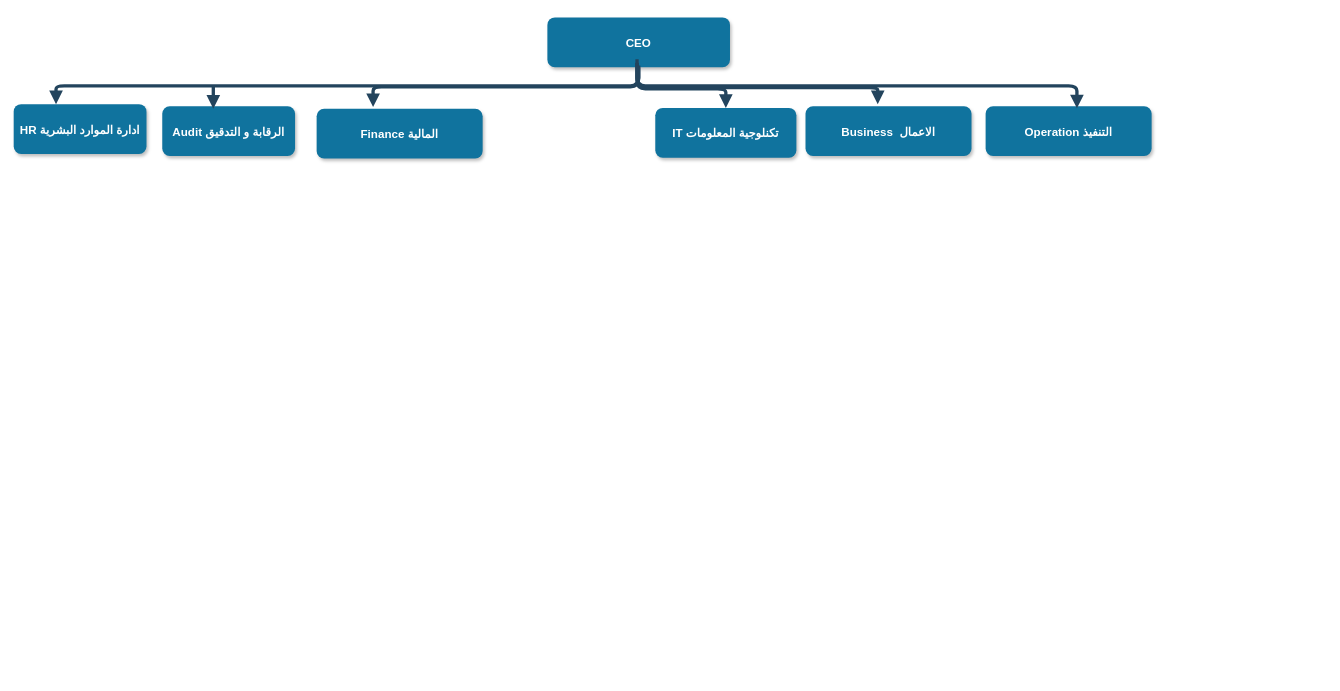
The draw.io diagram Untitled Diagram.drawio in KarrarMusawu/draw, before the edit. Source tidied: cells renumbered, new cells numbered last; positions are measured from the earlier drawing's top-left corner, leaving out a move shared by most shapes. Both pictures are drawn from the tidied source at 83%, with x=0, y=0 at pixel (13, 17).
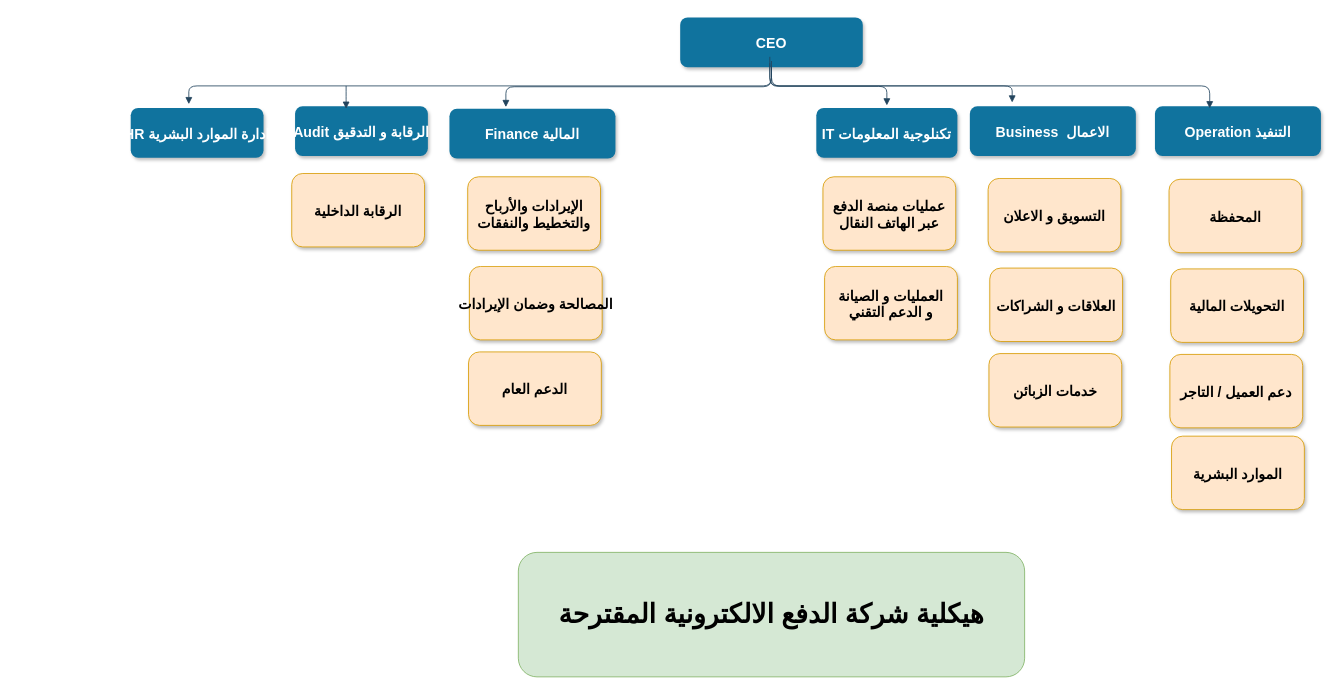
After the change.

Commit message:
هيكلية شركة الدفع الالكترونية المقترحة

Diff of the diagram source:
```diff
@@
+    <mxCell id="3" value="HR ادارة الموارد البشرية" style="rounded=1;fillColor=#10739E;strokeColor=none;shadow=1;gradientColor=none;fontStyle=1;fontColor=#FFFFFF;fontSize=17;strokeWidth=1;" parent="1" vertex="1">
+      <mxGeometry x="141" y="108.5" width="160" height="60" as="geometry" />
+    </mxCell>
-    <mxCell id="2" value="CEO" style="rounded=1;fillColor=#10739E;strokeColor=none;shadow=1;gradientColor=none;fontStyle=1;fontColor=#FFFFFF;fontSize=14;" parent="1" vertex="1">
-      <mxGeometry x="643" y="-0.5" width="220" height="60" as="geometry" />
+    <mxCell id="2" value="CEO" style="rounded=1;fillColor=#10739E;strokeColor=none;shadow=1;gradientColor=none;fontStyle=1;fontColor=#FFFFFF;fontSize=17;strokeWidth=1;" parent="1" vertex="1">
+      <mxGeometry x="803" y="-0.5" width="220" height="60" as="geometry" />
     </mxCell>
-    <mxCell id="3" value="HR ادارة الموارد البشرية" style="rounded=1;fillColor=#10739E;strokeColor=none;shadow=1;gradientColor=none;fontStyle=1;fontColor=#FFFFFF;fontSize=14;" parent="1" vertex="1">
-      <mxGeometry y="104" width="160" height="60" as="geometry" />
-    </mxCell>
-    <mxCell id="4" value="Finance المالية" style="rounded=1;fillColor=#10739E;strokeColor=none;shadow=1;gradientColor=none;fontStyle=1;fontColor=#FFFFFF;fontSize=14;" parent="1" vertex="1">
-      <mxGeometry x="365" y="109.5" width="200" height="60" as="geometry" />
+    <mxCell id="4" value="Finance المالية" style="rounded=1;fillColor=#10739E;strokeColor=none;shadow=1;gradientColor=none;fontStyle=1;fontColor=#FFFFFF;fontSize=17;strokeWidth=1;" parent="1" vertex="1">
+      <mxGeometry x="525" y="109.5" width="200" height="60" as="geometry" />
     </mxCell>
-    <mxCell id="5" value="IT تكنلوجية المعلومات" style="rounded=1;fillColor=#10739E;strokeColor=none;shadow=1;gradientColor=none;fontStyle=1;fontColor=#FFFFFF;fontSize=14;" parent="1" vertex="1">
-      <mxGeometry x="773" y="108.5" width="170" height="60" as="geometry" />
+    <mxCell id="5" value="IT تكنلوجية المعلومات" style="rounded=1;fillColor=#10739E;strokeColor=none;shadow=1;gradientColor=none;fontStyle=1;fontColor=#FFFFFF;fontSize=17;strokeWidth=1;" parent="1" vertex="1">
+      <mxGeometry x="967" y="108.5" width="170" height="60" as="geometry" />
     </mxCell>
-    <mxCell id="6" value="Audit الرقابة و التدقيق" style="rounded=1;fillColor=#10739E;strokeColor=none;shadow=1;gradientColor=none;fontStyle=1;fontColor=#FFFFFF;fontSize=14;" parent="1" vertex="1">
-      <mxGeometry x="179" y="106.5" width="160" height="60" as="geometry" />
+    <mxCell id="6" value="Audit الرقابة و التدقيق" style="rounded=1;fillColor=#10739E;strokeColor=none;shadow=1;gradientColor=none;fontStyle=1;fontColor=#FFFFFF;fontSize=17;strokeWidth=1;" parent="1" vertex="1">
+      <mxGeometry x="339" y="106.5" width="160" height="60" as="geometry" />
     </mxCell>
-    <mxCell id="7" value="Business  الاعمال" style="rounded=1;fillColor=#10739E;strokeColor=none;shadow=1;gradientColor=none;fontStyle=1;fontColor=#FFFFFF;fontSize=14;" parent="1" vertex="1">
-      <mxGeometry x="954" y="106.5" width="200" height="60" as="geometry" />
+    <mxCell id="7" value="Business  الاعمال" style="rounded=1;fillColor=#10739E;strokeColor=none;shadow=1;gradientColor=none;fontStyle=1;fontColor=#FFFFFF;fontSize=17;strokeWidth=1;" parent="1" vertex="1">
+      <mxGeometry x="1152" y="106.5" width="200" height="60" as="geometry" />
     </mxCell>
-    <mxCell id="8" value="Operation التنفيذ" style="rounded=1;fillColor=#10739E;strokeColor=none;shadow=1;gradientColor=none;fontStyle=1;fontColor=#FFFFFF;fontSize=14;" parent="1" vertex="1">
-      <mxGeometry x="1171" y="106.5" width="200" height="60" as="geometry" />
+    <mxCell id="8" value="Operation التنفيذ" style="rounded=1;fillColor=#10739E;strokeColor=none;shadow=1;gradientColor=none;fontStyle=1;fontColor=#FFFFFF;fontSize=17;strokeWidth=1;" parent="1" vertex="1">
+      <mxGeometry x="1375" y="106.5" width="200" height="60" as="geometry" />
     </mxCell>
-    <mxCell id="9" style="edgeStyle=elbowEdgeStyle;elbow=vertical;strokeWidth=4;endArrow=block;endFill=1;fontStyle=1;strokeColor=#23445D;" parent="1" edge="1">
+    <mxCell id="9" style="edgeStyle=elbowEdgeStyle;elbow=vertical;strokeWidth=1;endArrow=block;endFill=1;fontStyle=1;strokeColor=#23445D;fontSize=17;" parent="1" edge="1">
       <mxGeometry x="22" y="165.5" as="geometry">
-        <mxPoint x="753" y="57.5" as="sourcePoint" />
-        <mxPoint x="433" y="107.5" as="targetPoint" />
+        <mxPoint x="913" y="57.5" as="sourcePoint" />
+        <mxPoint x="593" y="107.5" as="targetPoint" />
       </mxGeometry>
     </mxCell>
-    <mxCell id="10" style="edgeStyle=elbowEdgeStyle;elbow=vertical;strokeWidth=4;endArrow=block;endFill=1;fontStyle=1;strokeColor=#23445D;" parent="1" edge="1" source="2">
+    <mxCell id="10" style="edgeStyle=elbowEdgeStyle;elbow=vertical;strokeWidth=1;endArrow=block;endFill=1;fontStyle=1;strokeColor=#23445D;fontSize=17;" parent="1" edge="1" source="2">
       <mxGeometry x="22" y="165.5" as="geometry">
-        <mxPoint x="51" y="104" as="targetPoint" />
+        <mxPoint x="211" y="104" as="targetPoint" />
       </mxGeometry>
     </mxCell>
-    <mxCell id="11" style="edgeStyle=elbowEdgeStyle;elbow=vertical;strokeWidth=4;endArrow=block;endFill=1;fontStyle=1;strokeColor=#23445D;" parent="1" edge="1">
+    <mxCell id="11" style="edgeStyle=elbowEdgeStyle;elbow=vertical;strokeWidth=1;endArrow=block;endFill=1;fontStyle=1;strokeColor=#23445D;fontSize=17;" parent="1" edge="1">
       <mxGeometry x="22" y="165.5" as="geometry">
-        <mxPoint x="751" y="54.5" as="sourcePoint" />
-        <mxPoint x="1281" y="109" as="targetPoint" />
+        <mxPoint x="911" y="54.5" as="sourcePoint" />
+        <mxPoint x="1441" y="109" as="targetPoint" />
       </mxGeometry>
     </mxCell>
-    <mxCell id="12" style="edgeStyle=elbowEdgeStyle;elbow=vertical;strokeWidth=4;endArrow=block;endFill=1;fontStyle=1;strokeColor=#23445D;" parent="1" edge="1">
+    <mxCell id="12" style="edgeStyle=elbowEdgeStyle;elbow=vertical;strokeWidth=1;endArrow=block;endFill=1;fontStyle=1;strokeColor=#23445D;fontSize=17;" parent="1" edge="1">
       <mxGeometry x="62" y="175.5" as="geometry">
-        <mxPoint x="240.5" y="82" as="sourcePoint" />
-        <mxPoint x="240.5" y="109.5" as="targetPoint" />
+        <mxPoint x="400.5" y="82" as="sourcePoint" />
+        <mxPoint x="400.5" y="109.5" as="targetPoint" />
       </mxGeometry>
     </mxCell>
-    <mxCell id="13" style="edgeStyle=elbowEdgeStyle;elbow=vertical;strokeWidth=4;endArrow=block;endFill=1;fontStyle=1;strokeColor=#23445D;" parent="1" edge="1">
+    <mxCell id="13" style="edgeStyle=elbowEdgeStyle;elbow=vertical;strokeWidth=1;endArrow=block;endFill=1;fontStyle=1;strokeColor=#23445D;fontSize=17;" parent="1" edge="1">
       <mxGeometry x="22" y="165.5" as="geometry">
-        <mxPoint x="751" y="54" as="sourcePoint" />
-        <mxPoint x="1041" y="104" as="targetPoint" />
+        <mxPoint x="913" y="52" as="sourcePoint" />
+        <mxPoint x="1203" y="102" as="targetPoint" />
         <Array as="points">
-          <mxPoint x="871" y="84" />
-          <mxPoint x="951" y="49.5" />
+          <mxPoint x="1033" y="82" />
+          <mxPoint x="1113" y="47.5" />
         </Array>
       </mxGeometry>
     </mxCell>
-    <mxCell id="14" style="edgeStyle=elbowEdgeStyle;elbow=vertical;strokeWidth=4;endArrow=block;endFill=1;fontStyle=1;strokeColor=#23445D;entryX=0.5;entryY=0;entryDx=0;entryDy=0;" parent="1" edge="1" target="5">
+    <mxCell id="14" style="edgeStyle=elbowEdgeStyle;elbow=vertical;strokeWidth=1;endArrow=block;endFill=1;fontStyle=1;strokeColor=#23445D;entryX=0.5;entryY=0;entryDx=0;entryDy=0;fontSize=17;" parent="1" edge="1">
       <mxGeometry x="22" y="165.5" as="geometry">
-        <mxPoint x="751" y="50" as="sourcePoint" />
+        <mxPoint x="911" y="47" as="sourcePoint" />
+        <mxPoint x="1052" y="105.5" as="targetPoint" />
         <Array as="points">
-          <mxPoint x="688" y="85.5" />
-          <mxPoint x="768" y="51" />
+          <mxPoint x="848" y="82.5" />
+          <mxPoint x="928" y="48" />
         </Array>
       </mxGeometry>
     </mxCell>
+    <mxCell id="15" value="الرقابة الداخلية" style="rounded=1;fillColor=#ffe6cc;strokeColor=#d79b00;shadow=1;fontStyle=1;fontSize=17;strokeWidth=1;" parent="1" vertex="1">
+      <mxGeometry x="335" y="187.5" width="160" height="88.5" as="geometry" />
+    </mxCell>
+    <mxCell id="16" value="الإيرادات والأرباح &#10;والتخطيط والنفقات" style="rounded=1;fillColor=#ffe6cc;strokeColor=#d79b00;shadow=1;fontStyle=1;fontSize=17;strokeWidth=1;" parent="1" vertex="1">
+      <mxGeometry x="547" y="191.5" width="160" height="88.5" as="geometry" />
+    </mxCell>
+    <mxCell id="17" value="المصالحة وضمان الإيرادات" style="rounded=1;fillColor=#ffe6cc;strokeColor=#d79b00;shadow=1;fontStyle=1;fontSize=17;strokeWidth=1;" parent="1" vertex="1">
+      <mxGeometry x="549" y="299.5" width="160" height="88.5" as="geometry" />
+    </mxCell>
+    <mxCell id="18" value="الدعم العام" style="rounded=1;fillColor=#ffe6cc;strokeColor=#d79b00;shadow=1;fontStyle=1;fontSize=17;strokeWidth=1;" parent="1" vertex="1">
+      <mxGeometry x="548" y="402.5" width="160" height="88.5" as="geometry" />
+    </mxCell>
+    <mxCell id="19" value="عمليات منصة الدفع &#10;عبر الهاتف النقال" style="rounded=1;fillColor=#ffe6cc;strokeColor=#d79b00;shadow=1;fontStyle=1;fontSize=17;strokeWidth=1;" parent="1" vertex="1">
+      <mxGeometry x="975" y="191.5" width="160" height="88.5" as="geometry" />
+    </mxCell>
+    <mxCell id="20" value="العمليات و الصيانة&#10;و الدعم التقني" style="rounded=1;fillColor=#ffe6cc;strokeColor=#d79b00;shadow=1;fontStyle=1;fontSize=17;strokeWidth=1;" parent="1" vertex="1">
+      <mxGeometry x="977" y="299.5" width="160" height="88.5" as="geometry" />
+    </mxCell>
+    <mxCell id="21" value="التسويق و الاعلان" style="rounded=1;fillColor=#ffe6cc;strokeColor=#d79b00;shadow=1;fontStyle=1;fontSize=17;strokeWidth=1;" parent="1" vertex="1">
+      <mxGeometry x="1174" y="193.5" width="160" height="88.5" as="geometry" />
+    </mxCell>
+    <mxCell id="22" value="العلاقات و الشراكات" style="rounded=1;fillColor=#ffe6cc;strokeColor=#d79b00;shadow=1;fontStyle=1;fontSize=17;strokeWidth=1;" parent="1" vertex="1">
+      <mxGeometry x="1176" y="301.5" width="160" height="88.5" as="geometry" />
+    </mxCell>
+    <mxCell id="23" value="خدمات الزبائن" style="rounded=1;fillColor=#ffe6cc;strokeColor=#d79b00;shadow=1;fontStyle=1;fontSize=17;strokeWidth=1;" parent="1" vertex="1">
+      <mxGeometry x="1175" y="404.5" width="160" height="88.5" as="geometry" />
+    </mxCell>
+    <mxCell id="24" value="المحفظة" style="rounded=1;fillColor=#ffe6cc;strokeColor=#d79b00;shadow=1;fontStyle=1;fontSize=17;strokeWidth=1;" parent="1" vertex="1">
+      <mxGeometry x="1392" y="194.5" width="160" height="88.5" as="geometry" />
+    </mxCell>
+    <mxCell id="25" value="التحويلات المالية" style="rounded=1;fillColor=#ffe6cc;strokeColor=#d79b00;shadow=1;fontStyle=1;fontSize=17;strokeWidth=1;" parent="1" vertex="1">
+      <mxGeometry x="1394" y="302.5" width="160" height="88.5" as="geometry" />
+    </mxCell>
+    <mxCell id="26" value="دعم العميل / التاجر" style="rounded=1;fillColor=#ffe6cc;strokeColor=#d79b00;shadow=1;fontStyle=1;fontSize=17;strokeWidth=1;" parent="1" vertex="1">
+      <mxGeometry x="1393" y="405.5" width="160" height="88.5" as="geometry" />
+    </mxCell>
+    <mxCell id="27" value="الموارد البشرية" style="rounded=1;fillColor=#ffe6cc;strokeColor=#d79b00;shadow=1;fontStyle=1;fontSize=17;strokeWidth=1;" parent="1" vertex="1">
+      <mxGeometry x="1395" y="504" width="160" height="88.5" as="geometry" />
+    </mxCell>
+    <mxCell id="28" value="هيكلية شركة الدفع الالكترونية المقترحة" style="rounded=1;whiteSpace=wrap;html=1;strokeWidth=1;fontStyle=1;fontSize=32;fillColor=#d5e8d4;strokeColor=#82b366;" parent="1" vertex="1">
+      <mxGeometry x="608" y="644" width="610" height="150" as="geometry" />
+    </mxCell>
```
